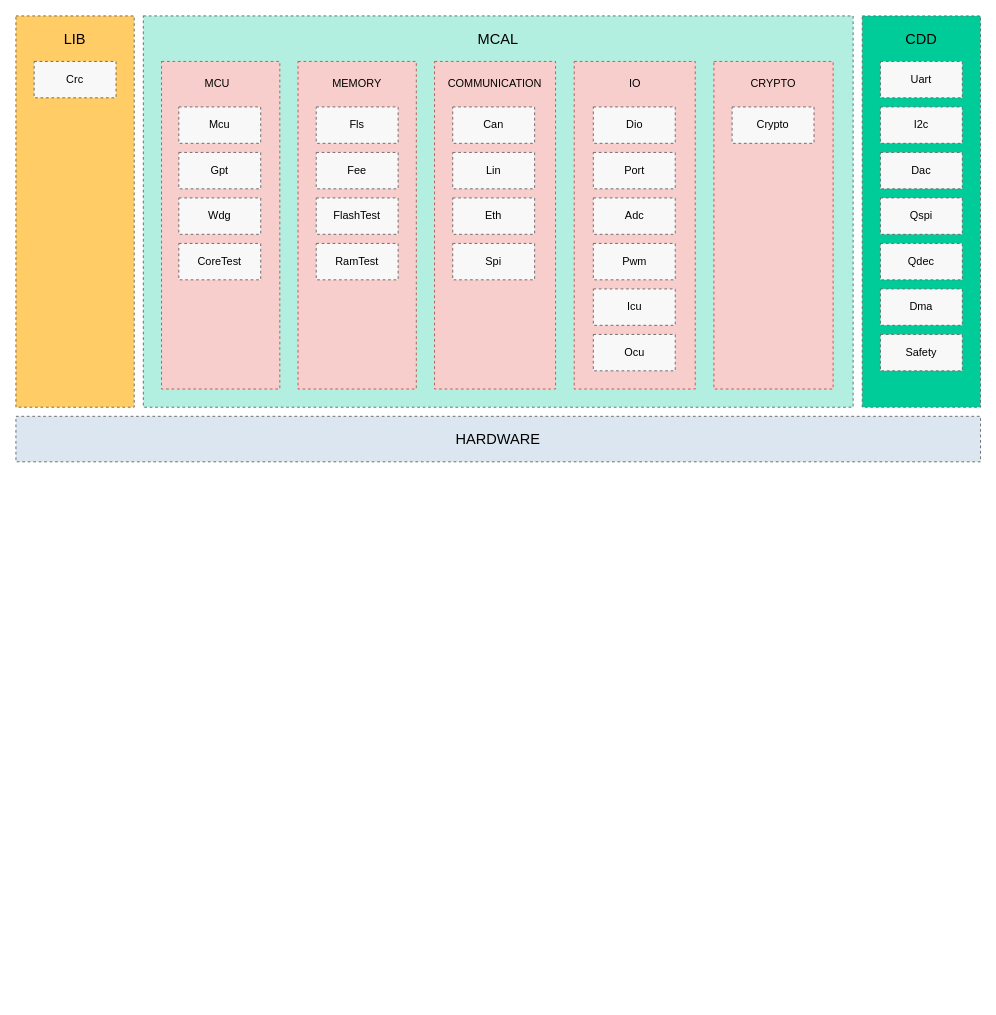
The draw.io diagram page "CX3288_MCAL" (2 of 13) of cx3288_sdk.drawio in hehenihao/chart, before the edit. Source tidied: cells renumbered, new cells numbered last; positions are measured from the earlier drawing's top-left corner, leaving out a move shared by most shapes. Both pictures are drawn from the tidied source at 91%, with x=0, y=0 at pixel (15, 15).
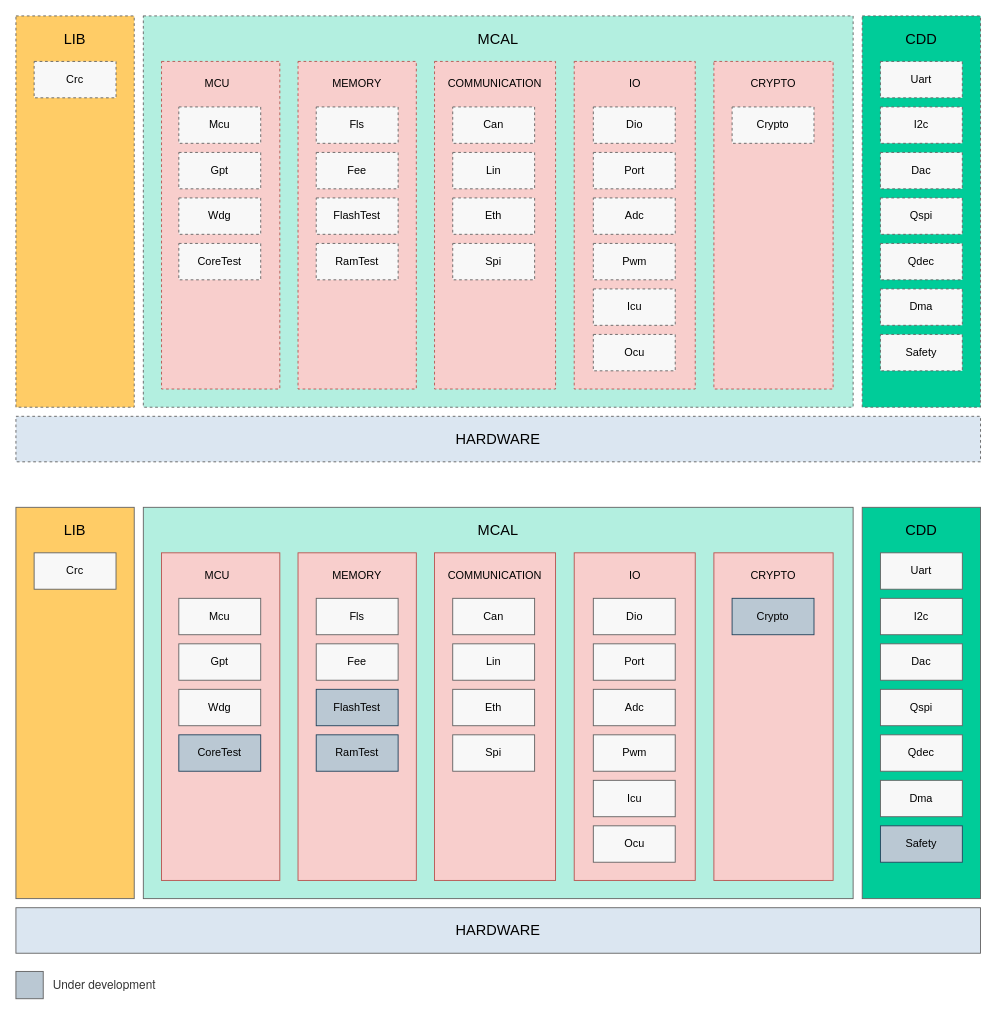
After the change.

Change to the diagram source:
```diff
@@
+    <mxCell id="46" style="rounded=0;whiteSpace=wrap;html=1;fillColor=#00cc99;strokeColor=#646464;" parent="1" vertex="1">
+      <mxGeometry x="930" y="540" width="130" height="430" as="geometry" />
+    </mxCell>
+    <mxCell id="47" style="rounded=0;whiteSpace=wrap;html=1;fillColor=#b3efe0;strokeColor=#646464;" parent="1" vertex="1">
+      <mxGeometry x="140" y="540" width="780" height="430" as="geometry" />
+    </mxCell>
+    <mxCell id="48" style="rounded=0;whiteSpace=wrap;html=1;strokeColor=#b85450;fillColor=#f8cecc;" parent="1" vertex="1">
+      <mxGeometry x="160" y="590" width="130" height="360" as="geometry" />
+    </mxCell>
+    <mxCell id="49" value="MCU" style="rounded=0;whiteSpace=wrap;html=1;strokeColor=none;fillColor=none;" parent="1" vertex="1">
+      <mxGeometry x="163" y="590" width="117" height="50" as="geometry" />
+    </mxCell>
+    <mxCell id="50" style="rounded=0;whiteSpace=wrap;html=1;strokeColor=#b85450;fillColor=#f8cecc;" parent="1" vertex="1">
+      <mxGeometry x="310" y="590" width="130" height="360" as="geometry" />
+    </mxCell>
+    <mxCell id="51" style="rounded=0;whiteSpace=wrap;html=1;strokeColor=#b85450;fillColor=#f8cecc;" parent="1" vertex="1">
+      <mxGeometry x="460" y="590" width="133" height="360" as="geometry" />
+    </mxCell>
+    <mxCell id="52" style="rounded=0;whiteSpace=wrap;html=1;strokeColor=#b85450;fillColor=#f8cecc;" parent="1" vertex="1">
+      <mxGeometry x="613.5" y="590" width="133" height="360" as="geometry" />
+    </mxCell>
+    <mxCell id="53" value="Gpt" style="rounded=0;whiteSpace=wrap;html=1;fillColor=#f8f8f8;strokeColor=#636363;" parent="1" vertex="1">
+      <mxGeometry x="179" y="690" width="90" height="40" as="geometry" />
+    </mxCell>
+    <mxCell id="54" value="MEMORY" style="rounded=0;whiteSpace=wrap;html=1;strokeColor=none;fillColor=none;" parent="1" vertex="1">
+      <mxGeometry x="310" y="590" width="130" height="50" as="geometry" />
+    </mxCell>
+    <mxCell id="55" value="COMMUNICATION" style="rounded=0;whiteSpace=wrap;html=1;strokeColor=none;fillColor=none;" parent="1" vertex="1">
+      <mxGeometry x="460" y="590" width="133" height="50" as="geometry" />
+    </mxCell>
+    <mxCell id="56" value="IO" style="rounded=0;whiteSpace=wrap;html=1;strokeColor=none;fillColor=none;" parent="1" vertex="1">
+      <mxGeometry x="613.5" y="590" width="133" height="50" as="geometry" />
+    </mxCell>
+    <mxCell id="57" value="Can" style="rounded=0;whiteSpace=wrap;html=1;fillColor=#f8f8f8;strokeColor=#636363;" parent="1" vertex="1">
+      <mxGeometry x="480" y="640" width="90" height="40" as="geometry" />
+    </mxCell>
+    <mxCell id="58" value="Lin" style="rounded=0;whiteSpace=wrap;html=1;fillColor=#f8f8f8;strokeColor=#636363;" parent="1" vertex="1">
+      <mxGeometry x="480" y="690" width="90" height="40" as="geometry" />
+    </mxCell>
+    <mxCell id="59" value="Eth" style="rounded=0;whiteSpace=wrap;html=1;fillColor=#f8f8f8;strokeColor=#636363;" parent="1" vertex="1">
+      <mxGeometry x="480" y="740" width="90" height="40" as="geometry" />
+    </mxCell>
+    <mxCell id="60" value="Spi" style="rounded=0;whiteSpace=wrap;html=1;fillColor=#f8f8f8;strokeColor=#636363;" parent="1" vertex="1">
+      <mxGeometry x="480" y="790" width="90" height="40" as="geometry" />
+    </mxCell>
+    <mxCell id="61" value="HARDWARE" style="rounded=0;whiteSpace=wrap;html=1;align=center;fillColor=#DBE6F1;strokeColor=#646464;fontSize=16;" parent="1" vertex="1">
+      <mxGeometry y="980" width="1060" height="50" as="geometry" />
+    </mxCell>
+    <mxCell id="62" value="Dio" style="rounded=0;whiteSpace=wrap;html=1;fillColor=#f8f8f8;strokeColor=#636363;" parent="1" vertex="1">
+      <mxGeometry x="634.5" y="640" width="90" height="40" as="geometry" />
+    </mxCell>
+    <mxCell id="63" value="Port" style="rounded=0;whiteSpace=wrap;html=1;fillColor=#f8f8f8;strokeColor=#636363;" parent="1" vertex="1">
+      <mxGeometry x="634.5" y="690" width="90" height="40" as="geometry" />
+    </mxCell>
+    <mxCell id="64" value="I2c" style="rounded=0;whiteSpace=wrap;html=1;fillColor=#F8F8F8;strokeColor=#636363;" parent="1" vertex="1">
+      <mxGeometry x="950" y="640" width="90" height="40" as="geometry" />
+    </mxCell>
+    <mxCell id="65" value="Adc" style="rounded=0;whiteSpace=wrap;html=1;fillColor=#f8f8f8;strokeColor=#636363;" parent="1" vertex="1">
+      <mxGeometry x="634.5" y="740" width="90" height="40" as="geometry" />
+    </mxCell>
+    <mxCell id="66" value="Qdec" style="rounded=0;whiteSpace=wrap;html=1;fillColor=#F8F8F8;strokeColor=#636363;" parent="1" vertex="1">
+      <mxGeometry x="950" y="790" width="90" height="40" as="geometry" />
+    </mxCell>
+    <mxCell id="67" style="rounded=0;whiteSpace=wrap;html=1;strokeColor=#b85450;fillColor=#f8cecc;" parent="1" vertex="1">
+      <mxGeometry x="767" y="590" width="131" height="360" as="geometry" />
+    </mxCell>
+    <mxCell id="68" value="CRYPTO" style="rounded=0;whiteSpace=wrap;html=1;strokeColor=none;fillColor=none;" parent="1" vertex="1">
+      <mxGeometry x="767" y="590" width="131" height="50" as="geometry" />
+    </mxCell>
+    <mxCell id="69" value="Crypto" style="rounded=0;whiteSpace=wrap;html=1;fillColor=#bac8d3;strokeColor=#23445d;" parent="1" vertex="1">
+      <mxGeometry x="787" y="640" width="90" height="40" as="geometry" />
+    </mxCell>
+    <mxCell id="70" value="Wdg" style="rounded=0;whiteSpace=wrap;html=1;fillColor=#f8f8f8;fontColor=#000000;strokeColor=#636363;" parent="1" vertex="1">
+      <mxGeometry x="179" y="740" width="90" height="40" as="geometry" />
+    </mxCell>
+    <mxCell id="71" value="Dac" style="rounded=0;whiteSpace=wrap;html=1;fillColor=#F8F8F8;strokeColor=#636363;" parent="1" vertex="1">
+      <mxGeometry x="950" y="690" width="90" height="40" as="geometry" />
+    </mxCell>
+    <mxCell id="72" value="Qspi" style="rounded=0;whiteSpace=wrap;html=1;fillColor=#F8F8F8;strokeColor=#636363;" parent="1" vertex="1">
+      <mxGeometry x="950" y="740" width="90" height="40" as="geometry" />
+    </mxCell>
+    <mxCell id="73" value="Mcu" style="rounded=0;whiteSpace=wrap;html=1;fillColor=#f8f8f8;fontColor=#000000;strokeColor=#636363;" parent="1" vertex="1">
+      <mxGeometry x="179" y="640" width="90" height="40" as="geometry" />
+    </mxCell>
+    <mxCell id="74" value="Pwm" style="rounded=0;whiteSpace=wrap;html=1;fillColor=#f8f8f8;fontColor=#000000;strokeColor=#636363;" parent="1" vertex="1">
+      <mxGeometry x="634.5" y="790" width="90" height="40" as="geometry" />
+    </mxCell>
+    <mxCell id="75" value="MCAL" style="text;html=1;strokeColor=none;fillColor=none;align=center;verticalAlign=middle;whiteSpace=wrap;rounded=0;fontSize=16;" parent="1" vertex="1">
+      <mxGeometry x="140" y="550" width="780" height="30" as="geometry" />
+    </mxCell>
+    <mxCell id="76" style="rounded=0;whiteSpace=wrap;html=1;fillColor=#ffcc66;strokeColor=#646464;" parent="1" vertex="1">
+      <mxGeometry y="540" width="130" height="430" as="geometry" />
+    </mxCell>
+    <mxCell id="77" value="LIB" style="text;html=1;strokeColor=none;fillColor=none;align=center;verticalAlign=middle;whiteSpace=wrap;rounded=0;fontSize=16;" parent="1" vertex="1">
+      <mxGeometry y="550" width="130" height="30" as="geometry" />
+    </mxCell>
+    <mxCell id="78" value="CDD" style="text;html=1;strokeColor=none;fillColor=none;align=center;verticalAlign=middle;whiteSpace=wrap;rounded=0;fontSize=16;" parent="1" vertex="1">
+      <mxGeometry x="930" y="550" width="130" height="30" as="geometry" />
+    </mxCell>
+    <mxCell id="79" value="Crc" style="rounded=0;whiteSpace=wrap;html=1;fillColor=#f8f8f8;strokeColor=#636363;" parent="1" vertex="1">
+      <mxGeometry x="20" y="590" width="90" height="40" as="geometry" />
+    </mxCell>
+    <mxCell id="80" value="Fls" style="rounded=0;whiteSpace=wrap;html=1;fillColor=#f8f8f8;fontColor=#000000;strokeColor=#636363;" parent="1" vertex="1">
+      <mxGeometry x="330" y="640" width="90" height="40" as="geometry" />
+    </mxCell>
+    <mxCell id="81" value="Fee" style="rounded=0;whiteSpace=wrap;html=1;fillColor=#f8f8f8;fontColor=#000000;strokeColor=#636363;" parent="1" vertex="1">
+      <mxGeometry x="330" y="690" width="90" height="40" as="geometry" />
+    </mxCell>
+    <mxCell id="82" value="Uart" style="rounded=0;whiteSpace=wrap;html=1;fillColor=#F8F8F8;strokeColor=#636363;" parent="1" vertex="1">
+      <mxGeometry x="950" y="590" width="90" height="40" as="geometry" />
+    </mxCell>
+    <mxCell id="83" value="Dma" style="rounded=0;whiteSpace=wrap;html=1;fillColor=#F8F8F8;strokeColor=#636363;" parent="1" vertex="1">
+      <mxGeometry x="950" y="840" width="90" height="40" as="geometry" />
+    </mxCell>
+    <mxCell id="84" value="CoreTest" style="rounded=0;whiteSpace=wrap;html=1;fillColor=#bac8d3;strokeColor=#23445d;" parent="1" vertex="1">
+      <mxGeometry x="179" y="790" width="90" height="40" as="geometry" />
+    </mxCell>
+    <mxCell id="85" value="FlashTest" style="rounded=0;whiteSpace=wrap;html=1;fillColor=#bac8d3;strokeColor=#23445d;" parent="1" vertex="1">
+      <mxGeometry x="330" y="740" width="90" height="40" as="geometry" />
+    </mxCell>
+    <mxCell id="86" value="RamTest" style="rounded=0;whiteSpace=wrap;html=1;fillColor=#bac8d3;strokeColor=#23445d;" parent="1" vertex="1">
+      <mxGeometry x="330" y="790" width="90" height="40" as="geometry" />
+    </mxCell>
+    <mxCell id="87" value="Icu" style="rounded=0;whiteSpace=wrap;html=1;fillColor=#f8f8f8;fontColor=#000000;strokeColor=#636363;" parent="1" vertex="1">
+      <mxGeometry x="634.5" y="840" width="90" height="40" as="geometry" />
+    </mxCell>
+    <mxCell id="88" value="Ocu" style="rounded=0;whiteSpace=wrap;html=1;fillColor=#f8f8f8;fontColor=#000000;strokeColor=#636363;" parent="1" vertex="1">
+      <mxGeometry x="634.5" y="890" width="90" height="40" as="geometry" />
+    </mxCell>
+    <mxCell id="89" value="Safety" style="rounded=0;whiteSpace=wrap;html=1;fillColor=#bac8d3;strokeColor=#23445d;" parent="1" vertex="1">
+      <mxGeometry x="950" y="890" width="90" height="40" as="geometry" />
+    </mxCell>
+    <mxCell id="90" style="whiteSpace=wrap;html=1;fillColor=#bac8d3;strokeColor=#636363;" parent="1" vertex="1">
+      <mxGeometry y="1050" width="30" height="30" as="geometry" />
+    </mxCell>
+    <mxCell id="91" value="&lt;span style=&quot;color: rgb(51, 51, 51); font-family: &amp;quot;Helvetica Neue&amp;quot;, Helvetica, Arial, &amp;quot;Hiragino Sans GB&amp;quot;, &amp;quot;Hiragino Sans GB W3&amp;quot;, &amp;quot;Microsoft YaHei UI&amp;quot;, &amp;quot;Microsoft YaHei&amp;quot;, sans-serif; font-size: 13px; background-color: rgb(255, 255, 255);&quot;&gt;Under development&lt;/span&gt;" style="text;html=1;align=left;verticalAlign=middle;whiteSpace=wrap;rounded=0;" parent="1" vertex="1">
+      <mxGeometry x="39" y="1050" width="141" height="30" as="geometry" />
+    </mxCell>
```
